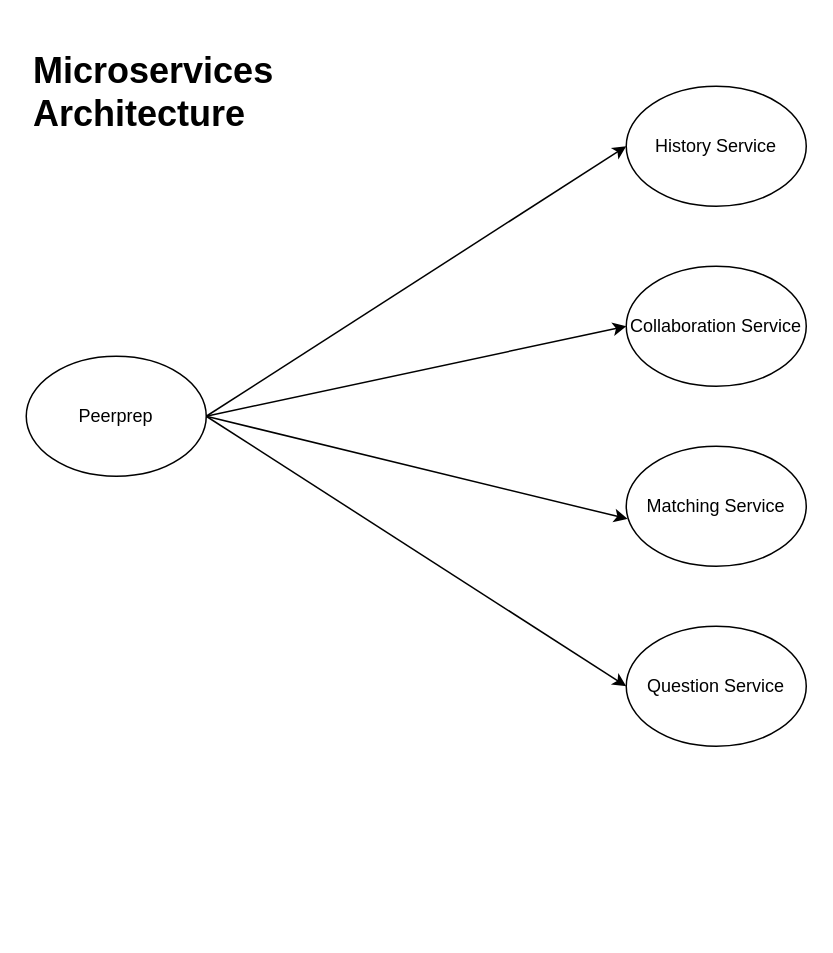
This is MicroservicesArchitecture.drawio from shaniceng/DrawIODiagrams, a draw.io file, before an edit. Source tidied: cells renumbered, new cells numbered last; positions are measured from the earlier drawing's top-left corner, leaving out a move shared by most shapes. Both pictures are drawn from the tidied source at 150%, with x=0, y=0 at pixel (26, 40).
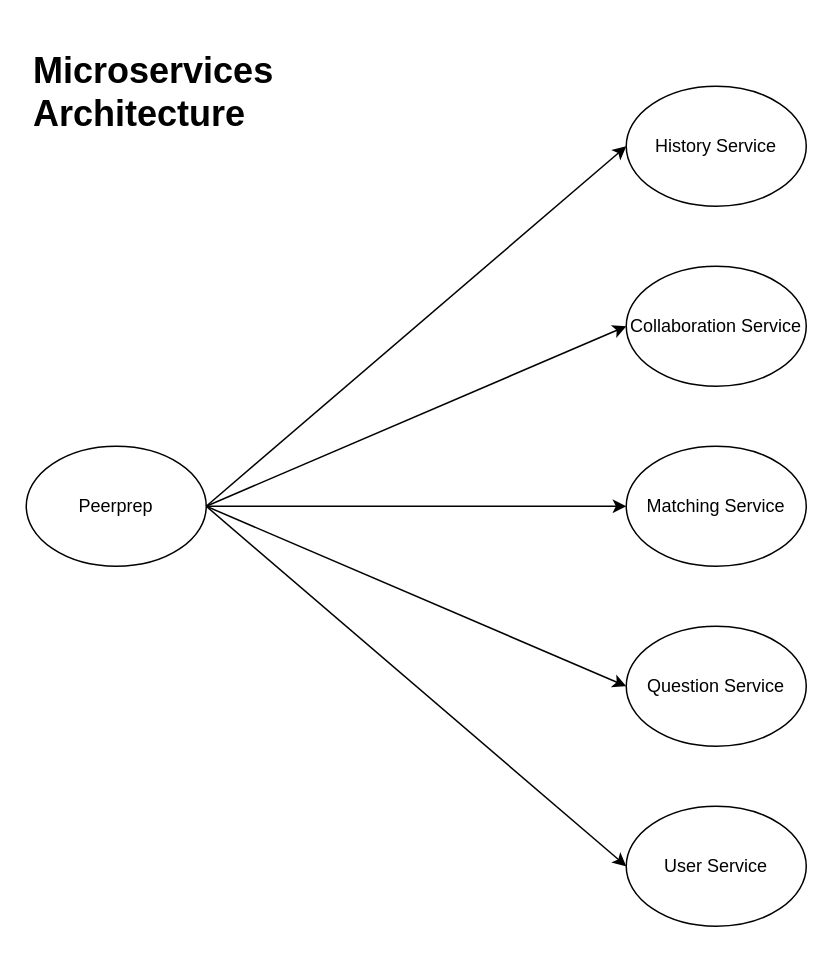
Above is the later version.

What changed in the source:
```diff
@@
 <mxGraphModel>
   <root>
     <mxCell id="0" />
     <mxCell id="1" parent="0" />
     <mxCell id="2" value="Peerprep" style="ellipse;whiteSpace=wrap;html=1;" parent="1" vertex="1">
-      <mxGeometry y="210" width="120" height="80" as="geometry" />
+      <mxGeometry y="270" width="120" height="80" as="geometry" />
     </mxCell>
     <mxCell id="3" value="Collaboration Service" style="ellipse;whiteSpace=wrap;html=1;" parent="1" vertex="1">
       <mxGeometry x="400" y="150" width="120" height="80" as="geometry" />
     </mxCell>
     <mxCell id="4" value="History Service" style="ellipse;whiteSpace=wrap;html=1;" parent="1" vertex="1">
       <mxGeometry x="400" y="30" width="120" height="80" as="geometry" />
     </mxCell>
     <mxCell id="5" value="Matching Service" style="ellipse;whiteSpace=wrap;html=1;" parent="1" vertex="1">
       <mxGeometry x="400" y="270" width="120" height="80" as="geometry" />
     </mxCell>
     <mxCell id="6" value="Question Service" style="ellipse;whiteSpace=wrap;html=1;" parent="1" vertex="1">
       <mxGeometry x="400" y="390" width="120" height="80" as="geometry" />
     </mxCell>
     <mxCell id="7" style="endArrow=classic;html=1;rounded=0;exitX=1;exitY=0.5;exitDx=0;exitDy=0;entryX=0;entryY=0.5;entryDx=0;entryDy=0;" parent="1" edge="1" source="2" target="4">
       <mxGeometry relative="1" as="geometry" />
     </mxCell>
-    <mxCell id="8" style="endArrow=classic;html=1;rounded=0;entryX=0;entryY=0.5;entryDx=0;entryDy=0;" parent="1" edge="1" target="3">
-      <mxGeometry relative="1" as="geometry">
-        <mxPoint x="120" y="250" as="sourcePoint" />
-      </mxGeometry>
+    <mxCell id="8" style="endArrow=classic;html=1;rounded=0;entryX=0;entryY=0.5;entryDx=0;entryDy=0;exitX=1;exitY=0.5;exitDx=0;exitDy=0;" parent="1" edge="1" source="2" target="3">
+      <mxGeometry relative="1" as="geometry" />
     </mxCell>
-    <mxCell id="9" style="endArrow=classic;html=1;rounded=0;exitX=1;exitY=0.5;exitDx=0;exitDy=0;entryX=0.007;entryY=0.605;entryDx=0;entryDy=0;entryPerimeter=0;" parent="1" edge="1" source="2" target="5">
+    <mxCell id="9" style="endArrow=classic;html=1;rounded=0;exitX=1;exitY=0.5;exitDx=0;exitDy=0;entryX=0;entryY=0.5;entryDx=0;entryDy=0;" parent="1" edge="1" source="2" target="5">
       <mxGeometry relative="1" as="geometry" />
     </mxCell>
     <mxCell id="10" style="endArrow=classic;html=1;rounded=0;exitX=1;exitY=0.5;exitDx=0;exitDy=0;entryX=0;entryY=0.5;entryDx=0;entryDy=0;" parent="1" edge="1" source="2" target="6">
       <mxGeometry relative="1" as="geometry" />
     </mxCell>
     <mxCell id="11" value="&lt;h1&gt;Microservices Architecture&lt;/h1&gt;" style="text;html=1;strokeColor=none;fillColor=none;spacing=5;spacingTop=-20;whiteSpace=wrap;overflow=hidden;rounded=0;" parent="1" vertex="1">
       <mxGeometry width="190" height="120" as="geometry" />
     </mxCell>
+    <mxCell id="12" value="User Service" style="ellipse;whiteSpace=wrap;html=1;" parent="1" vertex="1">
+      <mxGeometry x="400" y="510" width="120" height="80" as="geometry" />
+    </mxCell>
+    <mxCell id="13" style="endArrow=classic;html=1;rounded=0;exitX=1;exitY=0.5;exitDx=0;exitDy=0;entryX=0;entryY=0.5;entryDx=0;entryDy=0;" parent="1" edge="1" source="2" target="12">
+      <mxGeometry relative="1" as="geometry" />
+    </mxCell>
   </root>
 </mxGraphModel>
```
